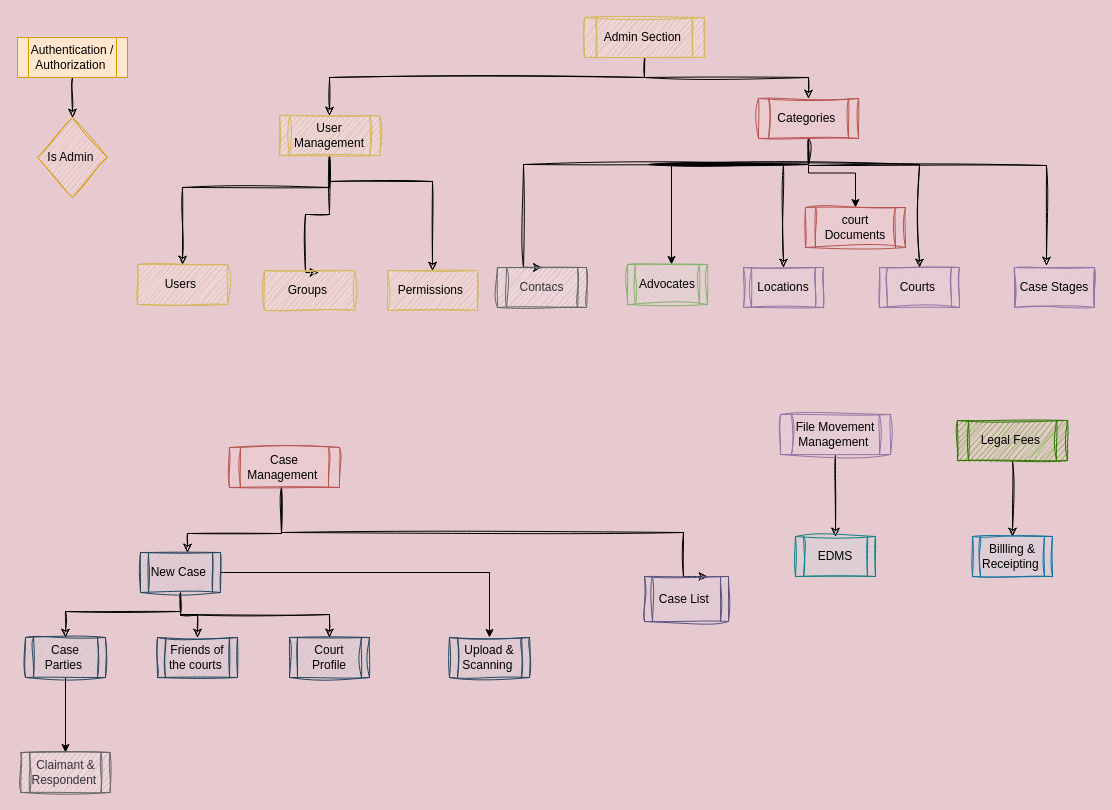
Earlier version of the draw.io diagram page "Overview" (1 of 10) of Mahakama_Design.drawio (openchlsystem/mahakama). Source tidied: cells renumbered, new cells numbered last; positions are measured from the earlier drawing's top-left corner, leaving out a move shared by most shapes. Both pictures are drawn from the tidied source at 100%, with x=0, y=0 at pixel (17, 17).
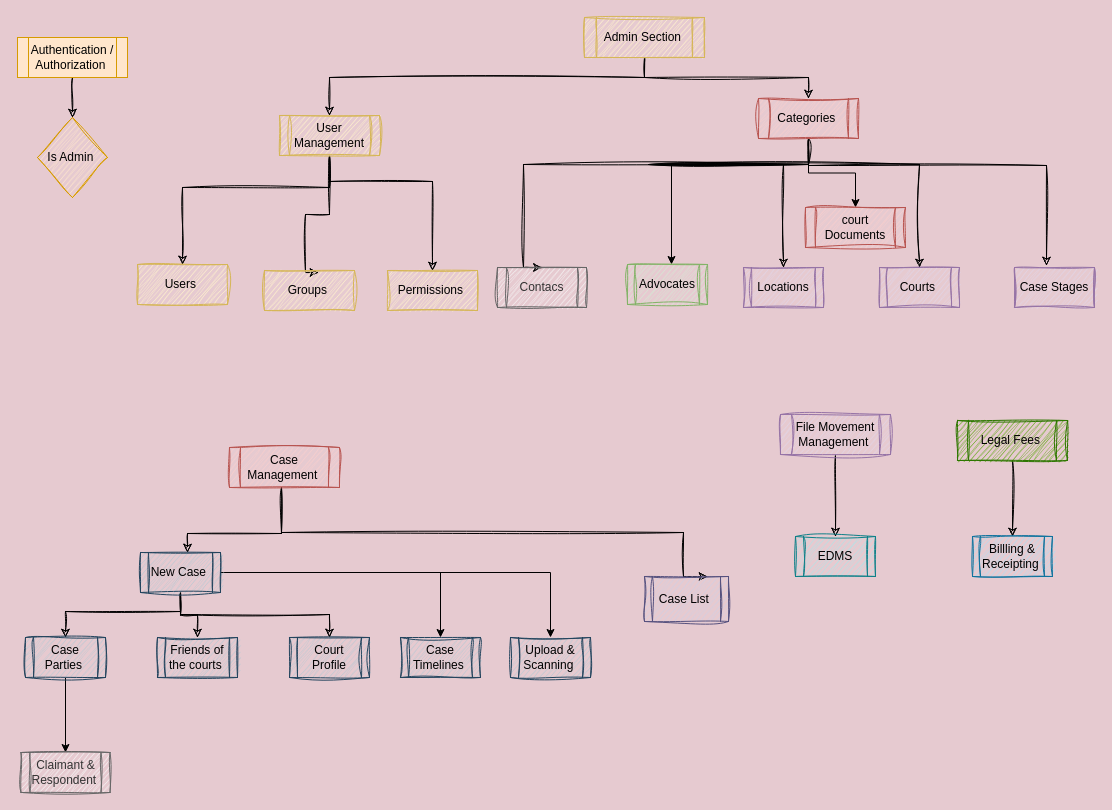
After the change.

Unchanged cells that the change refers to:
```xml
<mxCell id="32" value="New Case&amp;nbsp;" style="shape=process;whiteSpace=wrap;html=1;backgroundOutline=1;fillColor=#bac8d3;strokeColor=#23445d;sketch=1;curveFitting=1;jiggle=2;fontColor=#000000;" parent="1" vertex="1">
  <mxGeometry x="123" y="535" width="80" height="40" as="geometry" />
</mxCell>
```

The edit, as a diff of the source:
```diff
@@
+    <mxCell id="50" style="edgeStyle=orthogonalEdgeStyle;rounded=0;jettySize=auto;html=1;" parent="1" edge="1" source="32" target="51">
+      <mxGeometry relative="1" as="geometry" />
+    </mxCell>
@@
     <mxCell id="49" value="Upload &amp;amp; Scanning&amp;nbsp;" style="shape=process;whiteSpace=wrap;html=1;backgroundOutline=1;fillColor=#bac8d3;strokeColor=#23445d;sketch=1;curveFitting=1;jiggle=2;fontColor=#000000;" parent="1" vertex="1">
-      <mxGeometry x="432" y="620" width="80" height="40" as="geometry" />
+      <mxGeometry x="493" y="620" width="80" height="40" as="geometry" />
     </mxCell>
+    <mxCell id="51" value="Case Timelines&amp;nbsp;" style="shape=process;whiteSpace=wrap;html=1;backgroundOutline=1;fillColor=#bac8d3;strokeColor=#23445d;sketch=1;curveFitting=1;jiggle=2;fontColor=#000000;" parent="1" vertex="1">
+      <mxGeometry x="383" y="620" width="80" height="40" as="geometry" />
+    </mxCell>
```
